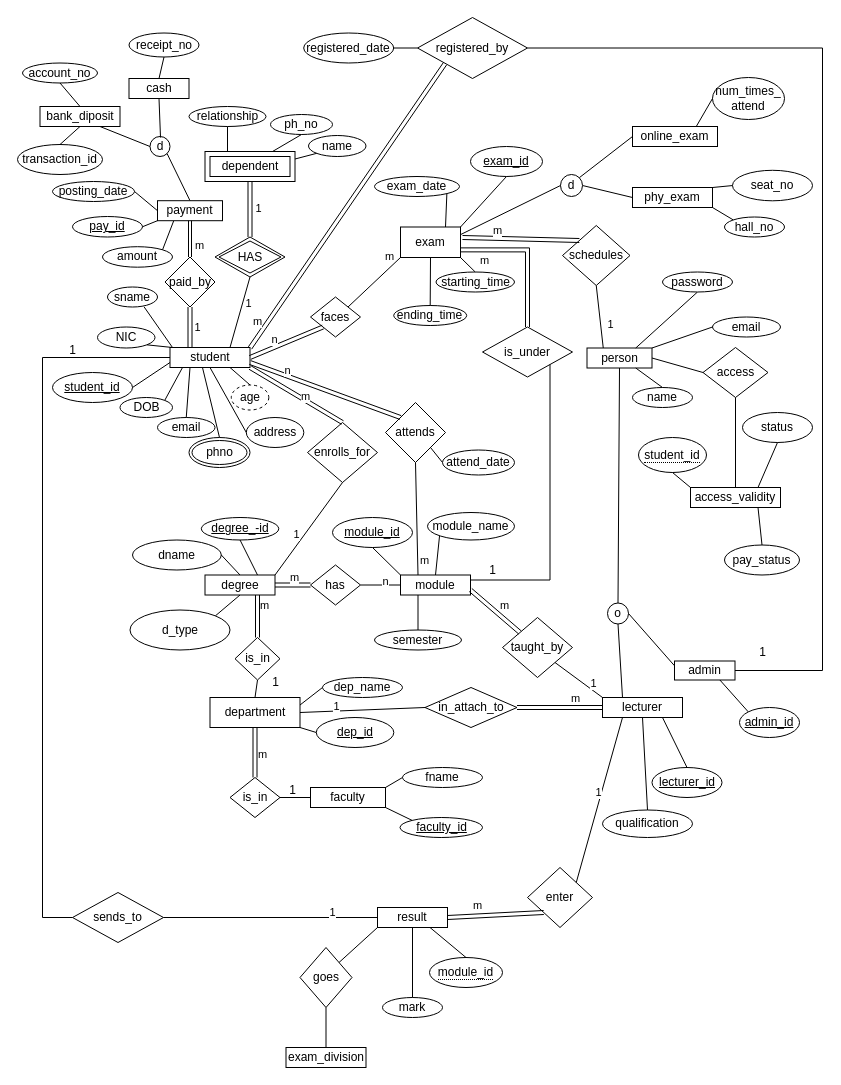
This is management.drawio from Dinuvi9170/NSBM-Green-University, a draw.io file, before an edit. Source tidied: cells renumbered, new cells numbered last; positions are measured from the earlier drawing's top-left corner, leaving out a move shared by most shapes. Both pictures are drawn from the tidied source at 100%, with x=0, y=0 at pixel (17, 17).
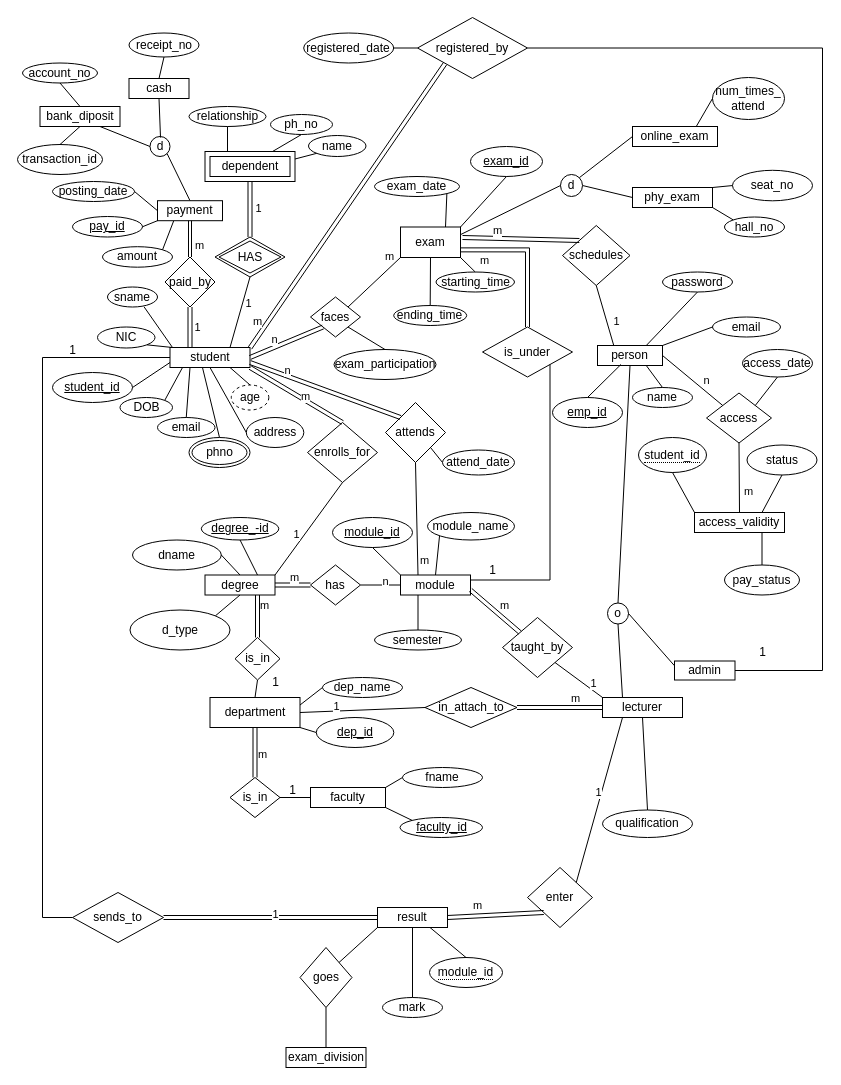
Above is the later version.

Unchanged cells that the change refers to:
```xml
<mxCell id="12" value="lecturer" style="rounded=0;whiteSpace=wrap;html=1;" parent="1" vertex="1">
  <mxGeometry x="585" y="680" width="80" height="20" as="geometry" />
</mxCell>
<mxCell id="14" value="result" style="rounded=0;whiteSpace=wrap;html=1;" parent="1" vertex="1">
  <mxGeometry x="360" y="890" width="70" height="20" as="geometry" />
</mxCell>
<mxCell id="21" value="faces" style="rhombus;whiteSpace=wrap;html=1;" parent="1" vertex="1">
  <mxGeometry x="293" y="279.5" width="50" height="40" as="geometry" />
</mxCell>
<mxCell id="34" style="endArrow=none;html=1;rounded=0;entryX=0.5;entryY=1;entryDx=0;entryDy=0;exitX=0.5;exitY=0;exitDx=0;exitDy=0;" parent="1" edge="1" source="2" target="23">
  <mxGeometry relative="1" as="geometry" />
</mxCell>
<mxCell id="147" value="sends_to" style="shape=rhombus;perimeter=rhombusPerimeter;whiteSpace=wrap;html=1;align=center;" parent="1" vertex="1">
  <mxGeometry x="55" y="875" width="91" height="50" as="geometry" />
</mxCell>
<mxCell id="179" value="admin" style="rounded=0;whiteSpace=wrap;html=1;" parent="1" vertex="1">
  <mxGeometry x="657" y="643.5" width="60.5" height="19" as="geometry" />
</mxCell>
```

What changed in the source:
```diff
@@
     <mxCell id="2" value="access_validity" style="rounded=0;whiteSpace=wrap;html=1;" parent="1" vertex="1">
-      <mxGeometry x="673" y="470" width="90" height="20" as="geometry" />
+      <mxGeometry x="677" y="495" width="90" height="20" as="geometry" />
     </mxCell>
@@
     <mxCell id="7" value="person" style="rounded=0;whiteSpace=wrap;html=1;" parent="1" vertex="1">
-      <mxGeometry x="569.5" y="330.5" width="65" height="20" as="geometry" />
+      <mxGeometry x="580" y="328" width="65" height="20" as="geometry" />
     </mxCell>
@@
     <mxCell id="23" value="access" style="rhombus;whiteSpace=wrap;html=1;" parent="1" vertex="1">
-      <mxGeometry x="685.5" y="330" width="65" height="50" as="geometry" />
+      <mxGeometry x="689" y="375.5" width="65" height="50" as="geometry" />
     </mxCell>
@@
-    <mxCell id="33" style="endArrow=none;html=1;rounded=0;entryX=1;entryY=0.5;entryDx=0;entryDy=0;exitX=0;exitY=0.5;exitDx=0;exitDy=0;" parent="1" edge="1" source="23" target="7">
+    <mxCell id="33" style="endArrow=none;html=1;rounded=0;entryX=1;entryY=0.5;entryDx=0;entryDy=0;exitX=0;exitY=0;exitDx=0;exitDy=0;" parent="1" edge="1" source="23" target="7">
       <mxGeometry relative="1" as="geometry" />
     </mxCell>
+    <mxCell id="210" value="n" style="edgeLabel;html=1;align=center;verticalAlign=middle;" parent="33" vertex="1">
+      <mxGeometry x="-0.25" y="-9" relative="1" as="geometry" />
+    </mxCell>
@@
+    <mxCell id="211" value="m" style="edgeLabel;html=1;align=center;verticalAlign=middle;" parent="34" vertex="1">
+      <mxGeometry x="-0.39" y="-9" relative="1" as="geometry" />
+    </mxCell>
@@
     <mxCell id="126" value="status" style="ellipse;whiteSpace=wrap;html=1;align=center;" parent="1" vertex="1">
-      <mxGeometry x="725" y="395" width="70" height="30" as="geometry" />
+      <mxGeometry x="729.5" y="427.5" width="70" height="30" as="geometry" />
     </mxCell>
@@
     <mxCell id="128" value="pay_status" style="ellipse;whiteSpace=wrap;html=1;align=center;" parent="1" vertex="1">
-      <mxGeometry x="707" y="527.5" width="75" height="30" as="geometry" />
+      <mxGeometry x="707" y="547.5" width="75" height="30" as="geometry" />
     </mxCell>
@@
-    <mxCell id="134" value="&lt;u&gt;lecturer_id&lt;/u&gt;" style="ellipse;whiteSpace=wrap;html=1;align=center;" parent="1" vertex="1">
-      <mxGeometry x="634.5" y="750" width="70" height="30" as="geometry" />
+    <mxCell id="134" value="&lt;u&gt;emp_id&lt;br&gt;&lt;/u&gt;" style="ellipse;whiteSpace=wrap;html=1;align=center;" parent="1" vertex="1">
+      <mxGeometry x="535" y="380" width="70" height="30" as="geometry" />
     </mxCell>
@@
-    <mxCell id="138" style="endArrow=none;html=1;rounded=0;exitX=0.75;exitY=1;exitDx=0;exitDy=0;entryX=0.5;entryY=0;entryDx=0;entryDy=0;" parent="1" edge="1" source="12" target="134">
+    <mxCell id="138" style="endArrow=none;html=1;rounded=0;exitX=0.362;exitY=0.945;exitDx=0;exitDy=0;entryX=0.5;entryY=0;entryDx=0;entryDy=0;exitPerimeter=0;" parent="1" edge="1" source="7" target="134">
       <mxGeometry relative="1" as="geometry" />
     </mxCell>
@@
-    <mxCell id="149" style="endArrow=none;html=1;rounded=0;exitX=1;exitY=0.5;exitDx=0;exitDy=0;entryX=0;entryY=0.5;entryDx=0;entryDy=0;" parent="1" edge="1" source="147" target="14">
-      <mxGeometry relative="1" as="geometry" />
-    </mxCell>
-    <mxCell id="150" value="1" style="edgeLabel;html=1;align=center;verticalAlign=middle;" parent="149" vertex="1">
-      <mxGeometry x="0.57" y="6" relative="1" as="geometry" />
-    </mxCell>
@@
-    <mxCell id="178" style="endArrow=none;html=1;rounded=0;exitX=0.75;exitY=1;exitDx=0;exitDy=0;entryX=0;entryY=0;entryDx=0;entryDy=0;" parent="1" edge="1" source="179" target="183">
-      <mxGeometry relative="1" as="geometry" />
-    </mxCell>
@@
-    <mxCell id="183" value="&lt;u&gt;admin_id&lt;/u&gt;" style="ellipse;whiteSpace=wrap;html=1;align=center;" parent="1" vertex="1">
-      <mxGeometry x="722" y="690" width="60" height="30" as="geometry" />
-    </mxCell>
@@
+    <mxCell id="212" value="access_date" style="ellipse;whiteSpace=wrap;html=1;align=center;" parent="1" vertex="1">
+      <mxGeometry x="725" y="332" width="70" height="27.5" as="geometry" />
+    </mxCell>
+    <mxCell id="213" style="endArrow=none;html=1;rounded=0;exitX=1;exitY=0;exitDx=0;exitDy=0;entryX=0.5;entryY=1;entryDx=0;entryDy=0;" parent="1" edge="1" source="23" target="212">
+      <mxGeometry relative="1" as="geometry" />
+    </mxCell>
+    <mxCell id="214" value="exam_participation" style="ellipse;whiteSpace=wrap;html=1;align=center;" parent="1" vertex="1">
+      <mxGeometry x="316.5" y="332" width="102" height="30" as="geometry" />
+    </mxCell>
+    <mxCell id="215" style="endArrow=none;html=1;rounded=0;exitX=0.5;exitY=0;exitDx=0;exitDy=0;entryX=1;entryY=1;entryDx=0;entryDy=0;" parent="1" edge="1" source="214" target="21">
+      <mxGeometry relative="1" as="geometry" />
+    </mxCell>
+    <mxCell id="149" style="shape=link;html=1;rounded=0;exitX=1;exitY=0.5;exitDx=0;exitDy=0;entryX=0;entryY=0.5;entryDx=0;entryDy=0;" parent="1" edge="1" source="147" target="14">
+      <mxGeometry relative="1" as="geometry" />
+    </mxCell>
+    <mxCell id="150" value="1" style="edgeLabel;html=1;align=center;verticalAlign=middle;" parent="149" vertex="1">
+      <mxGeometry x="0.04" y="4" relative="1" as="geometry" />
+    </mxCell>
```
